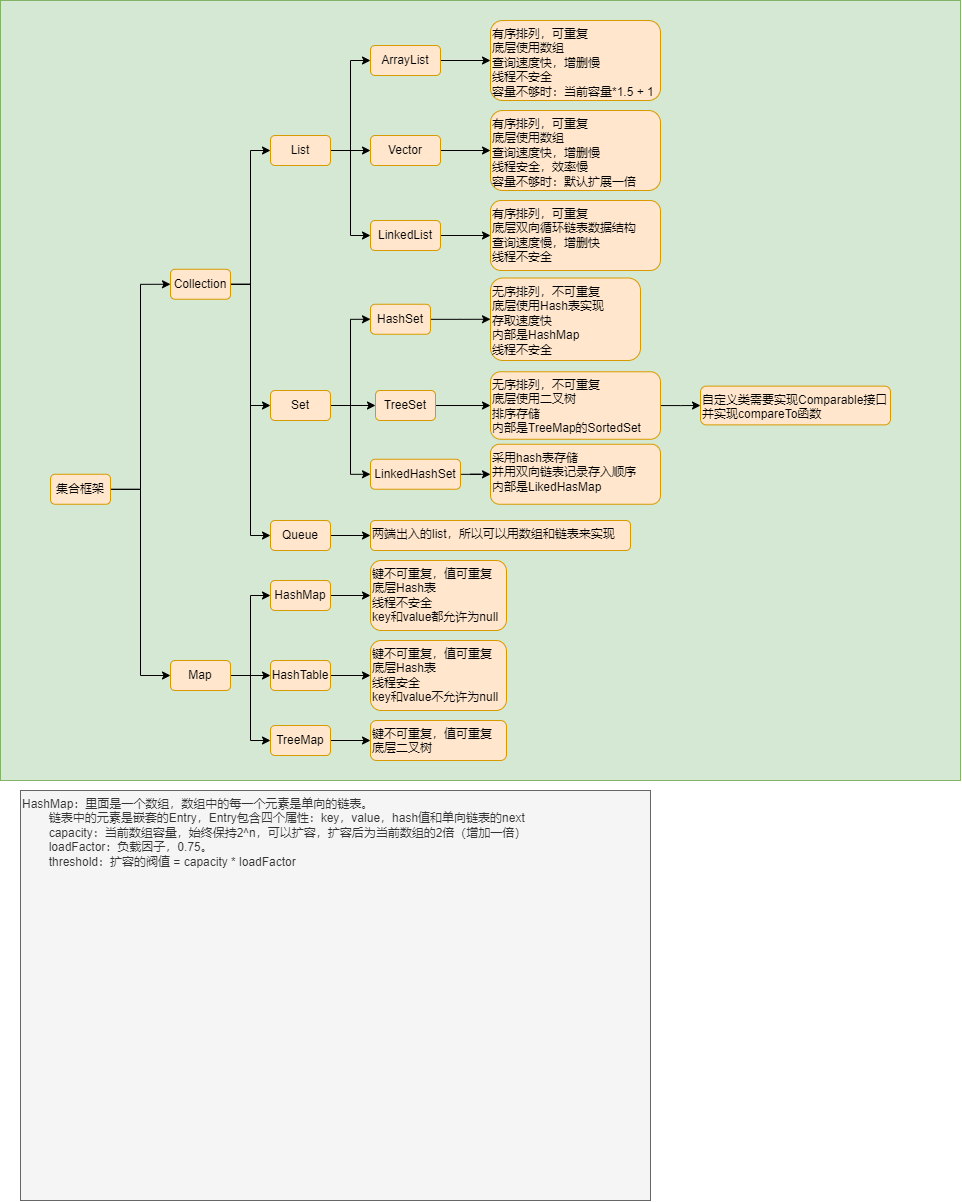
Before: java/Java集合.png, a diagram exported from draw.io (lore-study/java-picture-bed). Source tidied: cells renumbered, new cells last; positions are measured from the earlier drawing's top-left corner, leaving out a move shared by most shapes. Its diagram source:
```xml
<mxGraphModel>
  <root>
    <mxCell id="0" />
    <mxCell id="1" parent="0" />
    <mxCell id="2" style="rounded=0;whiteSpace=wrap;html=1;fillColor=#d5e8d4;strokeColor=#82b366;" parent="1" vertex="1">
      <mxGeometry width="960" height="780" as="geometry" />
    </mxCell>
    <mxCell id="3" style="edgeStyle=orthogonalEdgeStyle;rounded=0;jettySize=auto;html=1;entryX=0;entryY=0.5;entryDx=0;entryDy=0;" parent="1" edge="1" source="5" target="9">
      <mxGeometry relative="1" as="geometry" />
    </mxCell>
    <mxCell id="4" style="edgeStyle=orthogonalEdgeStyle;rounded=0;jettySize=auto;html=1;entryX=0;entryY=0.5;entryDx=0;entryDy=0;" parent="1" edge="1" source="5" target="13">
      <mxGeometry relative="1" as="geometry" />
    </mxCell>
    <mxCell id="5" value="集合框架" style="rounded=1;whiteSpace=wrap;html=1;fillColor=#ffe6cc;strokeColor=#d79b00;" parent="1" vertex="1">
      <mxGeometry x="50" y="473.8" width="60" height="30" as="geometry" />
    </mxCell>
    <mxCell id="6" style="edgeStyle=orthogonalEdgeStyle;rounded=0;jettySize=auto;html=1;entryX=0;entryY=0.5;entryDx=0;entryDy=0;" parent="1" edge="1" source="9" target="17">
      <mxGeometry relative="1" as="geometry" />
    </mxCell>
    <mxCell id="7" style="edgeStyle=orthogonalEdgeStyle;rounded=0;jettySize=auto;html=1;entryX=0;entryY=0.5;entryDx=0;entryDy=0;" parent="1" edge="1" source="9" target="21">
      <mxGeometry relative="1" as="geometry" />
    </mxCell>
    <mxCell id="8" style="edgeStyle=orthogonalEdgeStyle;rounded=0;jettySize=auto;html=1;entryX=0;entryY=0.5;entryDx=0;entryDy=0;" parent="1" edge="1" source="9" target="23">
      <mxGeometry relative="1" as="geometry" />
    </mxCell>
    <mxCell id="9" value="Collection" style="rounded=1;whiteSpace=wrap;html=1;fillColor=#ffe6cc;strokeColor=#d79b00;" parent="1" vertex="1">
      <mxGeometry x="170" y="268.8" width="60" height="30" as="geometry" />
    </mxCell>
    <mxCell id="10" style="edgeStyle=orthogonalEdgeStyle;rounded=0;jettySize=auto;html=1;entryX=0;entryY=0.5;entryDx=0;entryDy=0;" parent="1" edge="1" source="13" target="49">
      <mxGeometry relative="1" as="geometry" />
    </mxCell>
    <mxCell id="11" style="edgeStyle=orthogonalEdgeStyle;rounded=0;jettySize=auto;html=1;entryX=0;entryY=0.5;entryDx=0;entryDy=0;" parent="1" edge="1" source="13" target="47">
      <mxGeometry relative="1" as="geometry" />
    </mxCell>
    <mxCell id="12" style="edgeStyle=orthogonalEdgeStyle;rounded=0;jettySize=auto;html=1;entryX=0;entryY=0.5;entryDx=0;entryDy=0;" parent="1" edge="1" source="13" target="45">
      <mxGeometry relative="1" as="geometry" />
    </mxCell>
    <mxCell id="13" value="Map" style="rounded=1;whiteSpace=wrap;html=1;fillColor=#ffe6cc;strokeColor=#d79b00;" parent="1" vertex="1">
      <mxGeometry x="170" y="660" width="60" height="30" as="geometry" />
    </mxCell>
    <mxCell id="14" style="edgeStyle=orthogonalEdgeStyle;rounded=0;jettySize=auto;html=1;entryX=0;entryY=0.5;entryDx=0;entryDy=0;" parent="1" edge="1" source="17" target="25">
      <mxGeometry relative="1" as="geometry" />
    </mxCell>
    <mxCell id="15" style="edgeStyle=orthogonalEdgeStyle;rounded=0;jettySize=auto;html=1;entryX=0;entryY=0.5;entryDx=0;entryDy=0;" parent="1" edge="1" source="17" target="27">
      <mxGeometry relative="1" as="geometry" />
    </mxCell>
    <mxCell id="16" style="edgeStyle=orthogonalEdgeStyle;rounded=0;jettySize=auto;html=1;entryX=0;entryY=0.5;entryDx=0;entryDy=0;" parent="1" edge="1" source="17" target="29">
      <mxGeometry relative="1" as="geometry" />
    </mxCell>
    <mxCell id="17" value="List" style="rounded=1;whiteSpace=wrap;html=1;fillColor=#ffe6cc;strokeColor=#d79b00;" parent="1" vertex="1">
      <mxGeometry x="270" y="135" width="60" height="30" as="geometry" />
    </mxCell>
    <mxCell id="18" style="edgeStyle=orthogonalEdgeStyle;rounded=0;jettySize=auto;html=1;entryX=0;entryY=0.5;entryDx=0;entryDy=0;" parent="1" edge="1" source="21" target="31">
      <mxGeometry relative="1" as="geometry" />
    </mxCell>
    <mxCell id="19" style="edgeStyle=orthogonalEdgeStyle;rounded=0;jettySize=auto;html=1;entryX=0;entryY=0.5;entryDx=0;entryDy=0;" parent="1" edge="1" source="21" target="33">
      <mxGeometry relative="1" as="geometry" />
    </mxCell>
    <mxCell id="20" style="edgeStyle=orthogonalEdgeStyle;rounded=0;jettySize=auto;html=1;entryX=0;entryY=0.5;entryDx=0;entryDy=0;" parent="1" edge="1" source="21" target="35">
      <mxGeometry relative="1" as="geometry" />
    </mxCell>
    <mxCell id="21" value="Set" style="rounded=1;whiteSpace=wrap;html=1;fillColor=#ffe6cc;strokeColor=#d79b00;" parent="1" vertex="1">
      <mxGeometry x="270" y="390" width="60" height="30" as="geometry" />
    </mxCell>
    <mxCell id="22" style="edgeStyle=orthogonalEdgeStyle;rounded=0;jettySize=auto;html=1;" parent="1" edge="1" source="23" target="43">
      <mxGeometry relative="1" as="geometry" />
    </mxCell>
    <mxCell id="23" value="Queue" style="rounded=1;whiteSpace=wrap;html=1;fillColor=#ffe6cc;strokeColor=#d79b00;" parent="1" vertex="1">
      <mxGeometry x="270" y="520" width="60" height="30" as="geometry" />
    </mxCell>
    <mxCell id="24" style="edgeStyle=orthogonalEdgeStyle;rounded=0;jettySize=auto;html=1;" parent="1" edge="1" source="25" target="36">
      <mxGeometry relative="1" as="geometry" />
    </mxCell>
    <mxCell id="25" value="ArrayList" style="rounded=1;whiteSpace=wrap;html=1;fillColor=#ffe6cc;strokeColor=#d79b00;" parent="1" vertex="1">
      <mxGeometry x="370" y="45" width="70" height="30" as="geometry" />
    </mxCell>
    <mxCell id="26" style="edgeStyle=orthogonalEdgeStyle;rounded=0;jettySize=auto;html=1;" parent="1" edge="1" source="27" target="37">
      <mxGeometry relative="1" as="geometry" />
    </mxCell>
    <mxCell id="27" value="Vector" style="rounded=1;whiteSpace=wrap;html=1;fillColor=#ffe6cc;strokeColor=#d79b00;" parent="1" vertex="1">
      <mxGeometry x="370" y="135" width="70" height="30" as="geometry" />
    </mxCell>
    <mxCell id="28" style="edgeStyle=orthogonalEdgeStyle;rounded=0;jettySize=auto;html=1;" parent="1" edge="1" source="29" target="38">
      <mxGeometry relative="1" as="geometry" />
    </mxCell>
    <mxCell id="29" value="LinkedList" style="rounded=1;whiteSpace=wrap;html=1;fillColor=#ffe6cc;strokeColor=#d79b00;" parent="1" vertex="1">
      <mxGeometry x="370" y="220" width="70" height="30" as="geometry" />
    </mxCell>
    <mxCell id="30" style="edgeStyle=orthogonalEdgeStyle;rounded=0;jettySize=auto;html=1;" parent="1" edge="1" source="31" target="39">
      <mxGeometry relative="1" as="geometry" />
    </mxCell>
    <mxCell id="31" value="HashSet" style="rounded=1;whiteSpace=wrap;html=1;fillColor=#ffe6cc;strokeColor=#d79b00;" parent="1" vertex="1">
      <mxGeometry x="370" y="303.8" width="60" height="30" as="geometry" />
    </mxCell>
    <mxCell id="32" style="edgeStyle=orthogonalEdgeStyle;rounded=0;jettySize=auto;html=1;entryX=0;entryY=0.5;entryDx=0;entryDy=0;" parent="1" edge="1" source="33" target="41">
      <mxGeometry relative="1" as="geometry" />
    </mxCell>
    <mxCell id="33" value="TreeSet" style="rounded=1;whiteSpace=wrap;html=1;fillColor=#ffe6cc;strokeColor=#d79b00;" parent="1" vertex="1">
      <mxGeometry x="375" y="390" width="60" height="30" as="geometry" />
    </mxCell>
    <mxCell id="34" style="edgeStyle=orthogonalEdgeStyle;rounded=0;jettySize=auto;html=1;" parent="1" edge="1" source="35" target="42">
      <mxGeometry relative="1" as="geometry" />
    </mxCell>
    <mxCell id="35" value="LinkedHashSet" style="rounded=1;whiteSpace=wrap;html=1;fillColor=#ffe6cc;strokeColor=#d79b00;" parent="1" vertex="1">
      <mxGeometry x="370" y="458.8" width="90" height="30" as="geometry" />
    </mxCell>
    <mxCell id="36" value="有序排列，可重复&lt;br&gt;底层使用数组&lt;br&gt;查询速度快，增删慢&lt;br&gt;线程不安全&lt;br&gt;容量不够时：当前容量*1.5 + 1" style="rounded=1;whiteSpace=wrap;html=1;fillColor=#ffe6cc;strokeColor=#d79b00;align=left;verticalAlign=top;" parent="1" vertex="1">
      <mxGeometry x="490" y="20" width="170" height="80" as="geometry" />
    </mxCell>
    <mxCell id="37" value="&lt;span&gt;有序排列，可重复&lt;/span&gt;&lt;br&gt;&lt;span&gt;底层使用数组&lt;/span&gt;&lt;br&gt;&lt;span&gt;查询速度快，增删慢&lt;/span&gt;&lt;br&gt;&lt;span&gt;线程安全，效率慢&lt;/span&gt;&lt;br&gt;&lt;span&gt;容量不够时：默认扩展一倍&lt;/span&gt;" style="rounded=1;whiteSpace=wrap;html=1;fillColor=#ffe6cc;strokeColor=#d79b00;align=left;verticalAlign=top;" parent="1" vertex="1">
      <mxGeometry x="490" y="110" width="170" height="80" as="geometry" />
    </mxCell>
    <mxCell id="38" value="&lt;span&gt;有序排列，可重复&lt;/span&gt;&lt;br&gt;&lt;span&gt;底层双向循环链表数据结构&lt;/span&gt;&lt;br&gt;&lt;span&gt;查询速度慢，增删快&lt;/span&gt;&lt;br&gt;&lt;span&gt;线程不安全&lt;/span&gt;" style="rounded=1;whiteSpace=wrap;html=1;fillColor=#ffe6cc;strokeColor=#d79b00;align=left;verticalAlign=top;" parent="1" vertex="1">
      <mxGeometry x="490" y="200" width="170" height="70" as="geometry" />
    </mxCell>
    <mxCell id="39" value="无序排列，不可重复&lt;br&gt;底层使用Hash表实现&lt;br&gt;存取速度快&lt;br&gt;内部是HashMap&lt;br&gt;线程不安全" style="rounded=1;whiteSpace=wrap;html=1;fillColor=#ffe6cc;strokeColor=#d79b00;align=left;verticalAlign=top;" parent="1" vertex="1">
      <mxGeometry x="490" y="277.5" width="150" height="82.5" as="geometry" />
    </mxCell>
    <mxCell id="40" style="edgeStyle=orthogonalEdgeStyle;rounded=0;jettySize=auto;html=1;" parent="1" edge="1" source="41" target="53">
      <mxGeometry relative="1" as="geometry" />
    </mxCell>
    <mxCell id="41" value="无序排列，不可重复&lt;br&gt;底层使用二叉树&lt;br&gt;排序存储&lt;br&gt;内部是TreeMap的SortedSet" style="rounded=1;whiteSpace=wrap;html=1;fillColor=#ffe6cc;strokeColor=#d79b00;align=left;verticalAlign=top;" parent="1" vertex="1">
      <mxGeometry x="490" y="371.3" width="170" height="67.5" as="geometry" />
    </mxCell>
    <mxCell id="42" value="采用hash表存储&lt;br&gt;并用双向链表记录存入顺序&lt;br&gt;内部是LikedHasMap" style="rounded=1;whiteSpace=wrap;html=1;fillColor=#ffe6cc;strokeColor=#d79b00;align=left;verticalAlign=top;" parent="1" vertex="1">
      <mxGeometry x="490" y="443.8" width="170" height="60" as="geometry" />
    </mxCell>
    <mxCell id="43" value="两端出入的list，所以可以用数组和链表来实现" style="rounded=1;whiteSpace=wrap;html=1;fillColor=#ffe6cc;strokeColor=#d79b00;align=left;verticalAlign=top;" parent="1" vertex="1">
      <mxGeometry x="370" y="520" width="260" height="30" as="geometry" />
    </mxCell>
    <mxCell id="44" style="edgeStyle=orthogonalEdgeStyle;rounded=0;jettySize=auto;html=1;" parent="1" edge="1" source="45" target="50">
      <mxGeometry relative="1" as="geometry" />
    </mxCell>
    <mxCell id="45" value="HashMap" style="rounded=1;whiteSpace=wrap;html=1;fillColor=#ffe6cc;strokeColor=#d79b00;" parent="1" vertex="1">
      <mxGeometry x="270" y="580" width="60" height="30" as="geometry" />
    </mxCell>
    <mxCell id="46" style="edgeStyle=orthogonalEdgeStyle;rounded=0;jettySize=auto;html=1;" parent="1" edge="1" source="47" target="52">
      <mxGeometry relative="1" as="geometry" />
    </mxCell>
    <mxCell id="47" value="TreeMap" style="rounded=1;whiteSpace=wrap;html=1;fillColor=#ffe6cc;strokeColor=#d79b00;" parent="1" vertex="1">
      <mxGeometry x="270" y="725" width="60" height="30" as="geometry" />
    </mxCell>
    <mxCell id="48" style="edgeStyle=orthogonalEdgeStyle;rounded=0;jettySize=auto;html=1;" parent="1" edge="1" source="49" target="51">
      <mxGeometry relative="1" as="geometry" />
    </mxCell>
    <mxCell id="49" value="HashTable" style="rounded=1;whiteSpace=wrap;html=1;fillColor=#ffe6cc;strokeColor=#d79b00;" parent="1" vertex="1">
      <mxGeometry x="270" y="660" width="60" height="30" as="geometry" />
    </mxCell>
    <mxCell id="50" value="键不可重复，值可重复&lt;br&gt;底层Hash表&lt;br&gt;线程不安全&lt;br&gt;key和value都允许为null" style="rounded=1;whiteSpace=wrap;html=1;fillColor=#ffe6cc;strokeColor=#d79b00;align=left;verticalAlign=top;" parent="1" vertex="1">
      <mxGeometry x="370" y="560" width="136" height="70" as="geometry" />
    </mxCell>
    <mxCell id="51" value="键不可重复，值可重复&lt;br&gt;底层Hash表&lt;br&gt;线程安全&lt;br&gt;key和value不允许为null" style="rounded=1;whiteSpace=wrap;html=1;fillColor=#ffe6cc;strokeColor=#d79b00;align=left;verticalAlign=top;" parent="1" vertex="1">
      <mxGeometry x="370" y="640" width="136" height="70" as="geometry" />
    </mxCell>
    <mxCell id="52" value="键不可重复，值可重复&lt;br&gt;底层二叉树" style="rounded=1;whiteSpace=wrap;html=1;fillColor=#ffe6cc;strokeColor=#d79b00;align=left;verticalAlign=top;" parent="1" vertex="1">
      <mxGeometry x="370" y="720" width="136" height="40" as="geometry" />
    </mxCell>
    <mxCell id="53" value="自定义类需要实现Comparable接口&lt;br&gt;并实现compareTo函数" style="rounded=1;whiteSpace=wrap;html=1;fillColor=#ffe6cc;strokeColor=#d79b00;align=left;verticalAlign=top;" parent="1" vertex="1">
      <mxGeometry x="700" y="385.6" width="190" height="38.8" as="geometry" />
    </mxCell>
    <mxCell id="54" value="HashMap：里面是一个数组，数组中的每一个元素是单向的链表。&lt;br&gt;&lt;span style=&quot;white-space: pre&quot;&gt;&#9;&lt;/span&gt;链表中的元素是嵌套的Entry，Entry包含四个属性：key，value，hash值和单向链表的next&lt;br&gt;&lt;span style=&quot;white-space: pre&quot;&gt;&#9;&lt;/span&gt;capacity：当前数组容量，始终保持2^n，可以扩容，扩容后为当前数组的2倍（增加一倍）&lt;br&gt;&lt;span style=&quot;white-space: pre&quot;&gt;&#9;&lt;/span&gt;loadFactor：负载因子，0.75。&lt;br&gt;&lt;span style=&quot;white-space: pre&quot;&gt;&#9;&lt;/span&gt;threshold：扩容的阀值 = capacity * loadFactor" style="rounded=0;whiteSpace=wrap;html=1;fillColor=#f5f5f5;fontColor=#333333;strokeColor=#666666;align=left;verticalAlign=top;" parent="1" vertex="1">
      <mxGeometry x="20" y="790" width="630" height="410" as="geometry" />
    </mxCell>
  </root>
</mxGraphModel>
```
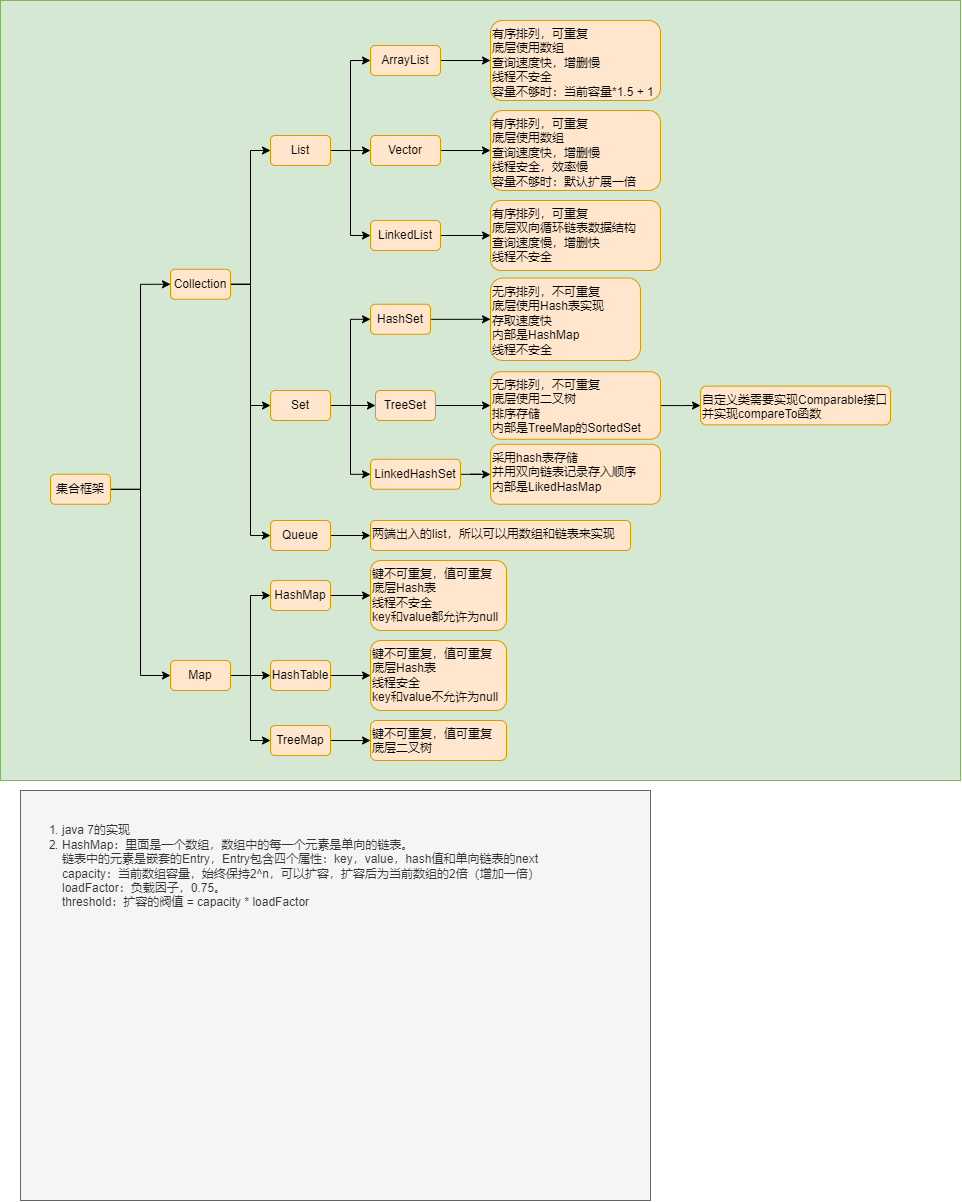
After the commit.

Change to the diagram source:
```diff
@@ -158,7 +158,7 @@
     <mxCell id="53" value="自定义类需要实现Comparable接口&lt;br&gt;并实现compareTo函数" style="rounded=1;whiteSpace=wrap;html=1;fillColor=#ffe6cc;strokeColor=#d79b00;align=left;verticalAlign=top;" parent="1" vertex="1">
       <mxGeometry x="700" y="385.6" width="190" height="38.8" as="geometry" />
     </mxCell>
-    <mxCell id="54" value="HashMap：里面是一个数组，数组中的每一个元素是单向的链表。&lt;br&gt;&lt;span style=&quot;white-space: pre&quot;&gt;&#9;&lt;/span&gt;链表中的元素是嵌套的Entry，Entry包含四个属性：key，value，hash值和单向链表的next&lt;br&gt;&lt;span style=&quot;white-space: pre&quot;&gt;&#9;&lt;/span&gt;capacity：当前数组容量，始终保持2^n，可以扩容，扩容后为当前数组的2倍（增加一倍）&lt;br&gt;&lt;span style=&quot;white-space: pre&quot;&gt;&#9;&lt;/span&gt;loadFactor：负载因子，0.75。&lt;br&gt;&lt;span style=&quot;white-space: pre&quot;&gt;&#9;&lt;/span&gt;threshold：扩容的阀值 = capacity * loadFactor" style="rounded=0;whiteSpace=wrap;html=1;fillColor=#f5f5f5;fontColor=#333333;strokeColor=#666666;align=left;verticalAlign=top;" parent="1" vertex="1">
+    <mxCell id="54" value="&lt;br&gt;&lt;ol&gt;&lt;li&gt;java 7的实现&lt;/li&gt;&lt;li&gt;HashMap：里面是一个数组，数组中的每一个元素是单向的链表。&lt;br&gt;&lt;span&gt;&#9;&lt;/span&gt;链表中的元素是嵌套的Entry，Entry包含四个属性：key，value，hash值和单向链表的next&lt;br&gt;&lt;span&gt;&#9;&lt;/span&gt;capacity：当前数组容量，始终保持2^n，可以扩容，扩容后为当前数组的2倍（增加一倍）&lt;br&gt;&lt;span&gt;&#9;&lt;/span&gt;loadFactor：负载因子，0.75。&lt;br&gt;&lt;span&gt;&#9;&lt;/span&gt;threshold：扩容的阀值 = capacity * loadFactor&lt;br&gt;&lt;/li&gt;&lt;/ol&gt;" style="rounded=0;whiteSpace=wrap;html=1;fillColor=#f5f5f5;fontColor=#333333;strokeColor=#666666;align=left;verticalAlign=top;" parent="1" vertex="1">
       <mxGeometry x="20" y="790" width="630" height="410" as="geometry" />
     </mxCell>
   </root>
```
